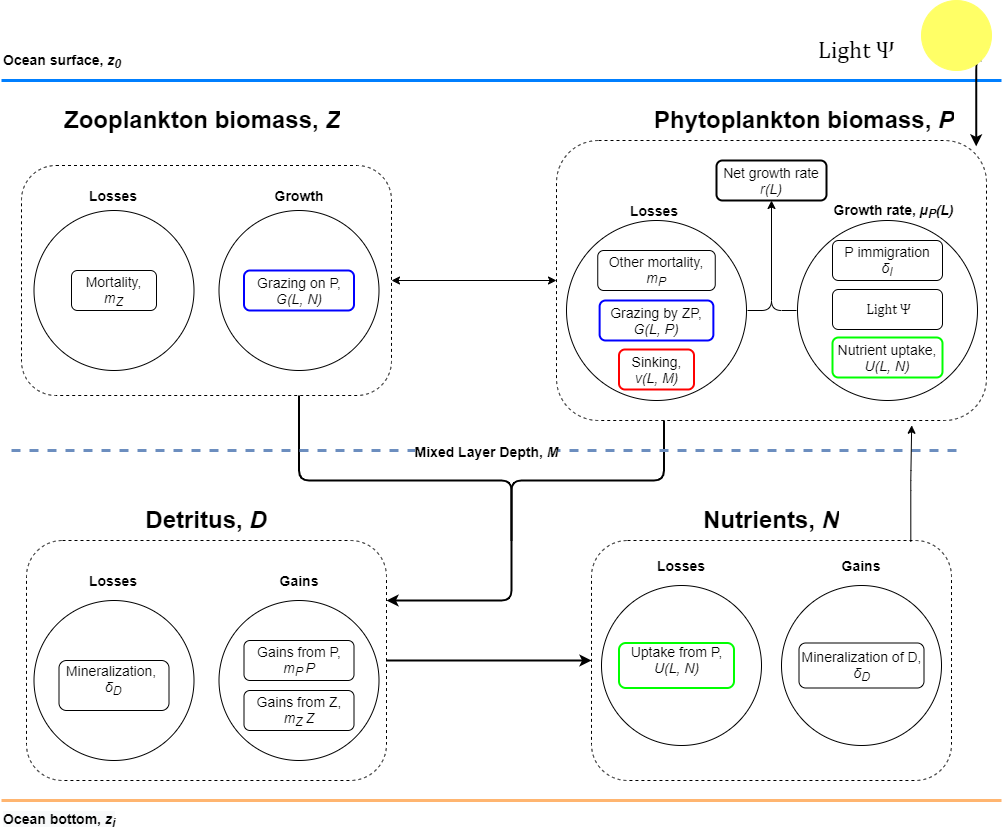
This is Figures/ModelIllustration.png from MickiJensen/Final-report, a draw.io export, as it was before one commit. Source tidied: cells renumbered, new cells last; positions are measured from the earlier drawing's top-left corner, leaving out a move shared by most shapes.
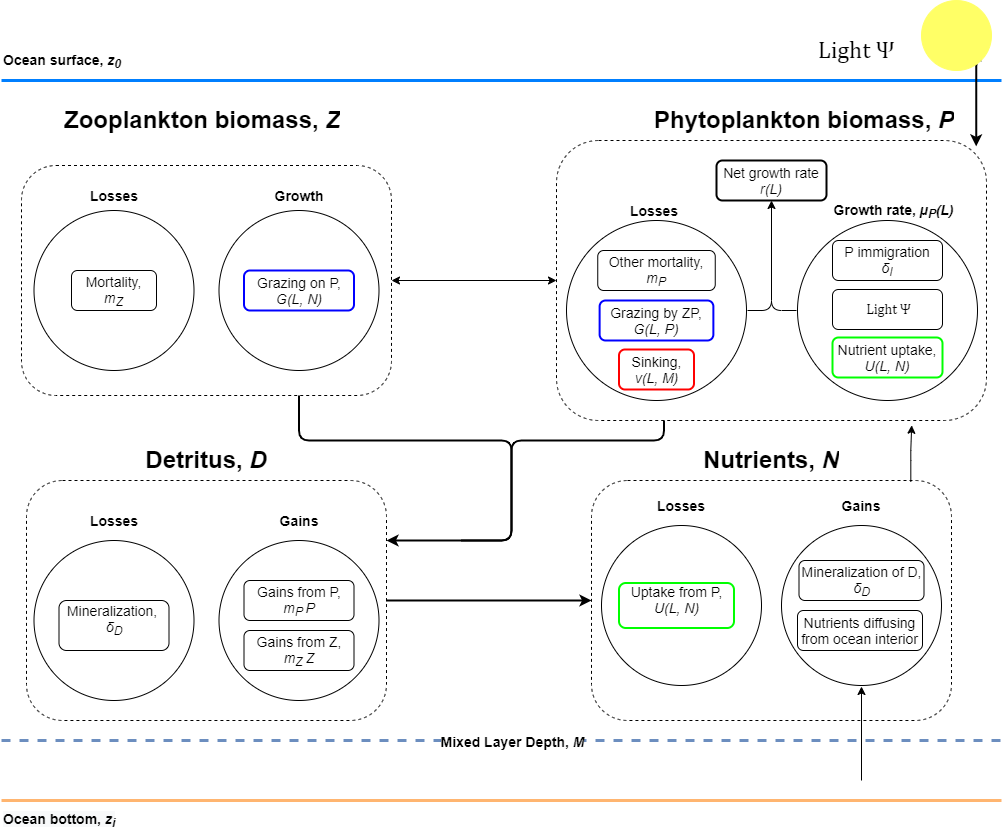
Later version of the same file.

The edit, as a diff of the source:
```diff
@@ -8,9 +8,9 @@
     <mxCell id="3" style="edgeStyle=orthogonalEdgeStyle;rounded=1;jettySize=auto;html=1;exitX=0.25;exitY=1;exitDx=0;exitDy=0;entryX=1;entryY=0.25;entryDx=0;entryDy=0;startArrow=none;startFill=0;endArrow=classic;endFill=1;strokeColor=#000000;strokeWidth=2;" parent="1" edge="1" source="4" target="33">
       <mxGeometry relative="1" as="geometry">
         <Array as="points">
-          <mxPoint x="663" y="480" />
-          <mxPoint x="510" y="480" />
-          <mxPoint x="510" y="600" />
+          <mxPoint x="663" y="440" />
+          <mxPoint x="510" y="440" />
+          <mxPoint x="510" y="540" />
         </Array>
       </mxGeometry>
     </mxCell>
@@ -85,10 +85,10 @@
     </mxCell>
     <mxCell id="22" style="edgeStyle=orthogonalEdgeStyle;rounded=1;jettySize=auto;html=1;exitX=0.75;exitY=1;exitDx=0;exitDy=0;startArrow=none;startFill=0;endArrow=none;endFill=0;strokeColor=#000000;strokeWidth=2;" parent="1" edge="1" source="23">
       <mxGeometry relative="1" as="geometry">
-        <mxPoint x="510" y="540" as="targetPoint" />
+        <mxPoint x="460" y="540" as="targetPoint" />
         <Array as="points">
-          <mxPoint x="298" y="480" />
-          <mxPoint x="510" y="480" />
+          <mxPoint x="298" y="440" />
+          <mxPoint x="510" y="440" />
         </Array>
       </mxGeometry>
     </mxCell>
@@ -120,70 +120,82 @@
       <mxGeometry x="57.5" y="185" width="110" height="20" as="geometry" />
     </mxCell>
     <mxCell id="32" style="edgeStyle=orthogonalEdgeStyle;rounded=1;jettySize=auto;html=1;exitX=1;exitY=0.5;exitDx=0;exitDy=0;entryX=0;entryY=0.5;entryDx=0;entryDy=0;startArrow=none;startFill=0;endArrow=classic;endFill=1;strokeColor=#000000;strokeWidth=2;" parent="1" edge="1" source="33" target="46">
-      <mxGeometry relative="1" as="geometry" />
+      <mxGeometry relative="1" as="geometry">
+        <Array as="points">
+          <mxPoint x="550" y="600" />
+          <mxPoint x="550" y="600" />
+        </Array>
+      </mxGeometry>
     </mxCell>
     <mxCell id="33" style="rounded=1;whiteSpace=wrap;html=1;strokeColor=#000000;strokeWidth=1;fillColor=none;dashed=1;" parent="1" vertex="1">
-      <mxGeometry x="25" y="540" width="360" height="240" as="geometry" />
+      <mxGeometry x="25" y="480" width="360" height="240" as="geometry" />
     </mxCell>
     <mxCell id="34" value="&lt;h1&gt;Detritus, &lt;i&gt;D&lt;/i&gt;&lt;/h1&gt;" style="text;html=1;strokeColor=none;fillColor=none;spacing=5;spacingTop=-20;whiteSpace=wrap;overflow=hidden;rounded=0;align=center;" parent="1" vertex="1">
-      <mxGeometry x="65" y="500" width="280" height="40" as="geometry" />
+      <mxGeometry x="65" y="440" width="280" height="40" as="geometry" />
     </mxCell>
     <mxCell id="35" style="endArrow=none;html=1;strokeColor=#6c8ebf;dashed=1;endFill=0;fillColor=#dae8fc;strokeWidth=3;" parent="1" edge="1">
       <mxGeometry relative="1" as="geometry">
-        <mxPoint x="10" y="450" as="sourcePoint" />
-        <mxPoint x="960" y="450" as="targetPoint" />
+        <mxPoint y="740" as="sourcePoint" />
+        <mxPoint x="1000" y="740" as="targetPoint" />
       </mxGeometry>
     </mxCell>
     <mxCell id="36" value="&lt;font style=&quot;font-size: 14px&quot;&gt;&lt;b&gt;Mixed Layer Depth, &lt;i&gt;M&lt;/i&gt;&lt;/b&gt;&lt;/font&gt;" style="edgeLabel;html=1;align=center;verticalAlign=middle;" parent="35" vertex="1">
-      <mxGeometry relative="1" as="geometry" />
+      <mxGeometry relative="1" as="geometry">
+        <mxPoint x="10" as="offset" />
+      </mxGeometry>
     </mxCell>
     <mxCell id="37" style="ellipse;whiteSpace=wrap;html=1;fillColor=none;strokeWidth=1;perimeterSpacing=1;" parent="1" vertex="1">
-      <mxGeometry x="217.5" y="600" width="160" height="160" as="geometry" />
+      <mxGeometry x="217.5" y="540" width="160" height="160" as="geometry" />
     </mxCell>
     <mxCell id="38" value="&lt;font style=&quot;font-size: 14px&quot;&gt;Gains from P,&lt;br&gt;&lt;i&gt;m&lt;sub&gt;P&amp;nbsp;&lt;/sub&gt;P&lt;/i&gt;&lt;/font&gt;" style="rounded=1;whiteSpace=wrap;html=1;strokeWidth=1;fillColor=none;" parent="1" vertex="1">
-      <mxGeometry x="242.5" y="640" width="110" height="40" as="geometry" />
+      <mxGeometry x="242.5" y="580" width="110" height="40" as="geometry" />
     </mxCell>
     <mxCell id="39" value="&lt;font style=&quot;font-size: 14px&quot;&gt;&lt;b&gt;Gains&lt;/b&gt;&lt;/font&gt;" style="text;html=1;strokeColor=none;fillColor=none;align=center;verticalAlign=middle;whiteSpace=wrap;rounded=0;" parent="1" vertex="1">
-      <mxGeometry x="242.5" y="570" width="110" height="20" as="geometry" />
+      <mxGeometry x="242.5" y="510" width="110" height="20" as="geometry" />
     </mxCell>
     <mxCell id="40" value="&lt;font style=&quot;font-size: 14px&quot;&gt;Gains from Z,&lt;br&gt;&lt;i&gt;m&lt;sub&gt;Z&amp;nbsp;&lt;/sub&gt;Z&lt;/i&gt;&lt;/font&gt;" style="rounded=1;whiteSpace=wrap;html=1;strokeWidth=1;fillColor=none;" parent="1" vertex="1">
-      <mxGeometry x="242.5" y="690" width="110" height="40" as="geometry" />
+      <mxGeometry x="242.5" y="630" width="110" height="40" as="geometry" />
     </mxCell>
     <mxCell id="41" style="ellipse;whiteSpace=wrap;html=1;fillColor=none;strokeWidth=1;perimeterSpacing=1;" parent="1" vertex="1">
-      <mxGeometry x="32.5" y="600" width="160" height="160" as="geometry" />
+      <mxGeometry x="32.5" y="540" width="160" height="160" as="geometry" />
     </mxCell>
     <mxCell id="42" value="&lt;font style=&quot;font-size: 14px&quot;&gt;Mineralization,&amp;nbsp;&lt;br&gt;&lt;span&gt;&lt;i&gt;δ&lt;sub&gt;D&lt;/sub&gt;&lt;/i&gt;&lt;/span&gt;&lt;/font&gt;&lt;p class=&quot;MsoNormal&quot;&gt;&lt;/p&gt;" style="rounded=1;whiteSpace=wrap;html=1;strokeWidth=1;fillColor=none;" parent="1" vertex="1">
-      <mxGeometry x="57.5" y="660" width="110" height="50" as="geometry" />
+      <mxGeometry x="57.5" y="600" width="110" height="50" as="geometry" />
     </mxCell>
     <mxCell id="43" value="&lt;font style=&quot;font-size: 14px&quot;&gt;&lt;b&gt;Losses&lt;/b&gt;&lt;/font&gt;" style="text;html=1;strokeColor=none;fillColor=none;align=center;verticalAlign=middle;whiteSpace=wrap;rounded=0;" parent="1" vertex="1">
-      <mxGeometry x="57.5" y="570" width="110" height="20" as="geometry" />
+      <mxGeometry x="57.5" y="510" width="110" height="20" as="geometry" />
     </mxCell>
     <mxCell id="44" value="&lt;h1&gt;Nutrients, &lt;i&gt;N&lt;/i&gt;&lt;/h1&gt;" style="text;html=1;strokeColor=none;fillColor=none;spacing=5;spacingTop=-20;whiteSpace=wrap;overflow=hidden;rounded=0;align=center;" parent="1" vertex="1">
-      <mxGeometry x="630" y="500" width="280" height="40" as="geometry" />
+      <mxGeometry x="630" y="440" width="280" height="40" as="geometry" />
     </mxCell>
     <mxCell id="45" style="edgeStyle=orthogonalEdgeStyle;rounded=1;jettySize=auto;html=1;exitX=0.887;exitY=0.006;exitDx=0;exitDy=0;entryX=0.826;entryY=1.017;entryDx=0;entryDy=0;entryPerimeter=0;startArrow=none;startFill=0;endArrow=classic;endFill=1;strokeColor=#000000;strokeWidth=1;exitPerimeter=0;" parent="1" edge="1" source="46" target="4">
       <mxGeometry relative="1" as="geometry" />
     </mxCell>
     <mxCell id="46" style="rounded=1;whiteSpace=wrap;html=1;strokeColor=#000000;strokeWidth=1;fillColor=none;dashed=1;" parent="1" vertex="1">
-      <mxGeometry x="590" y="540" width="360" height="240" as="geometry" />
+      <mxGeometry x="590" y="480" width="360" height="240" as="geometry" />
     </mxCell>
+    <mxCell id="56" style="edgeStyle=orthogonalEdgeStyle;rounded=0;jettySize=auto;html=1;exitX=0.5;exitY=1;exitDx=0;exitDy=0;endArrow=none;endFill=0;startArrow=classic;startFill=1;" parent="1" edge="1" source="47">
+      <mxGeometry relative="1" as="geometry">
+        <mxPoint x="860" y="780" as="targetPoint" />
+      </mxGeometry>
+    </mxCell>
     <mxCell id="47" style="ellipse;whiteSpace=wrap;html=1;fillColor=none;strokeWidth=1;perimeterSpacing=1;" parent="1" vertex="1">
-      <mxGeometry x="780" y="585" width="160" height="160" as="geometry" />
+      <mxGeometry x="780" y="525" width="160" height="160" as="geometry" />
     </mxCell>
     <mxCell id="48" value="&lt;font style=&quot;font-size: 14px&quot;&gt;&lt;b&gt;Gains&lt;/b&gt;&lt;/font&gt;" style="text;html=1;strokeColor=none;fillColor=none;align=center;verticalAlign=middle;whiteSpace=wrap;rounded=0;" parent="1" vertex="1">
-      <mxGeometry x="805" y="555" width="110" height="20" as="geometry" />
+      <mxGeometry x="805" y="495" width="110" height="20" as="geometry" />
     </mxCell>
     <mxCell id="49" value="&lt;font style=&quot;font-size: 14px&quot;&gt;Mineralization of D,&lt;br&gt;&lt;i&gt;δ&lt;sub&gt;D&lt;/sub&gt;&lt;/i&gt;&lt;/font&gt;" style="rounded=1;whiteSpace=wrap;html=1;strokeWidth=1;fillColor=none;" parent="1" vertex="1">
-      <mxGeometry x="797.5" y="642.5" width="125" height="45" as="geometry" />
+      <mxGeometry x="797.5" y="560" width="125" height="40" as="geometry" />
     </mxCell>
     <mxCell id="50" style="ellipse;whiteSpace=wrap;html=1;fillColor=none;strokeWidth=1;perimeterSpacing=1;" parent="1" vertex="1">
-      <mxGeometry x="600" y="585" width="160" height="160" as="geometry" />
+      <mxGeometry x="600" y="525" width="160" height="160" as="geometry" />
     </mxCell>
     <mxCell id="51" value="&lt;font style=&quot;font-size: 14px&quot;&gt;Uptake from P,&lt;br&gt;&lt;i&gt;U(L, N)&lt;/i&gt;&lt;/font&gt;&lt;br&gt;&lt;p class=&quot;MsoNormal&quot;&gt;&lt;/p&gt;" style="rounded=1;whiteSpace=wrap;html=1;strokeWidth=2;fillColor=none;strokeColor=#00FF00;" parent="1" vertex="1">
-      <mxGeometry x="617.5" y="642.5" width="115" height="45" as="geometry" />
+      <mxGeometry x="617.5" y="582.5" width="115" height="45" as="geometry" />
     </mxCell>
     <mxCell id="52" value="&lt;font style=&quot;font-size: 14px&quot;&gt;&lt;b&gt;Losses&lt;/b&gt;&lt;/font&gt;" style="text;html=1;strokeColor=none;fillColor=none;align=center;verticalAlign=middle;whiteSpace=wrap;rounded=0;" parent="1" vertex="1">
-      <mxGeometry x="625" y="555" width="110" height="20" as="geometry" />
+      <mxGeometry x="625" y="495" width="110" height="20" as="geometry" />
     </mxCell>
     <mxCell id="53" value="&lt;div style=&quot;text-align: center&quot;&gt;&lt;span style=&quot;font-size: 13px&quot;&gt;&lt;font face=&quot;helvetica&quot; style=&quot;font-size: 14px&quot;&gt;&lt;b&gt;Ocean surface,&amp;nbsp;&lt;i&gt;z&lt;sub&gt;0&lt;/sub&gt;&lt;/i&gt;&lt;/b&gt;&lt;/font&gt;&lt;/span&gt;&lt;/div&gt;" style="text;whiteSpace=wrap;html=1;" parent="1" vertex="1">
       <mxGeometry y="45" width="140" height="30" as="geometry" />
@@ -194,5 +206,8 @@
     <mxCell id="55" value="&lt;font style=&quot;font-size: 14px&quot;&gt;P immigration&lt;br&gt;&lt;i&gt;δ&lt;sub&gt;I&lt;/sub&gt;&lt;/i&gt;&lt;/font&gt;" style="rounded=1;whiteSpace=wrap;html=1;strokeWidth=1;fillColor=none;" parent="1" vertex="1">
       <mxGeometry x="831" y="240" width="110" height="40" as="geometry" />
     </mxCell>
+    <mxCell id="57" value="&lt;font style=&quot;font-size: 14px&quot;&gt;Nutrients diffusing from ocean interior&lt;/font&gt;" style="rounded=1;whiteSpace=wrap;html=1;strokeWidth=1;fillColor=none;" parent="1" vertex="1">
+      <mxGeometry x="796" y="610" width="125" height="40" as="geometry" />
+    </mxCell>
   </root>
 </mxGraphModel>
```
